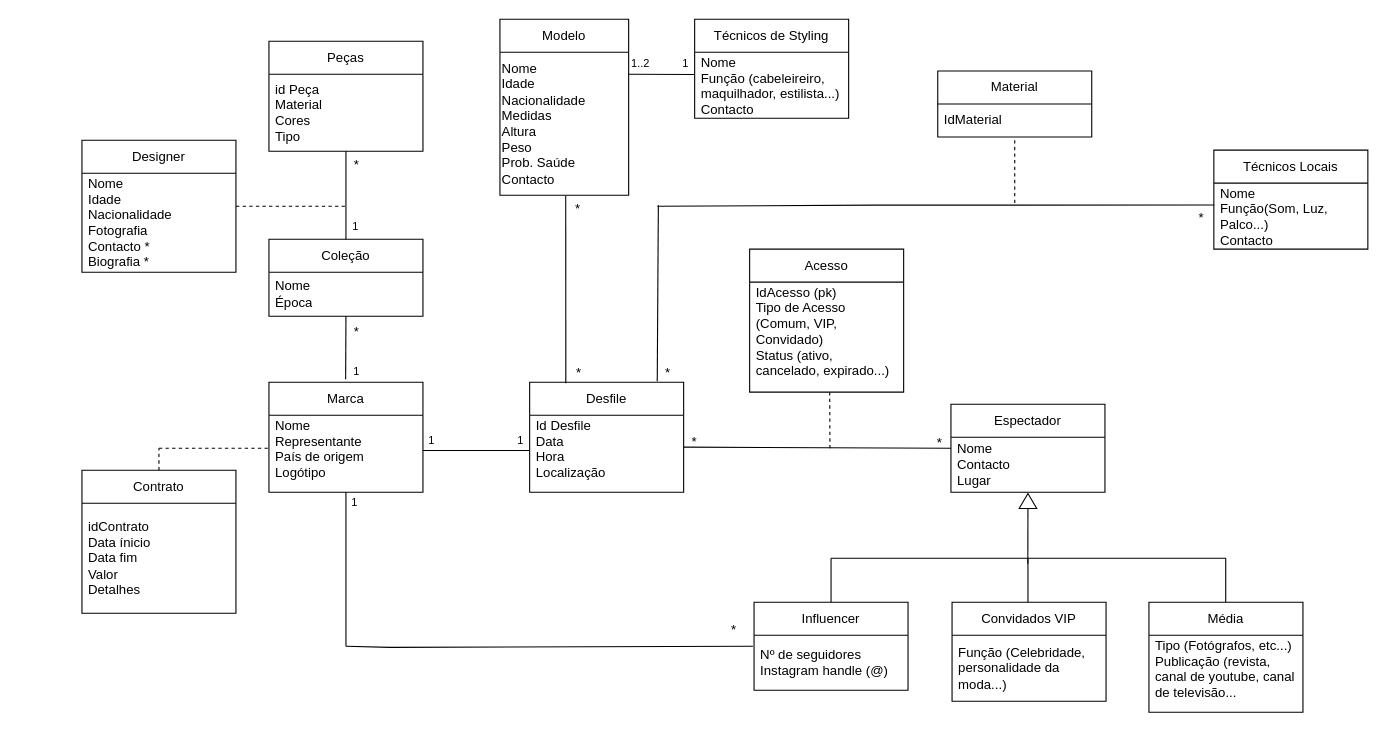
This is uml_database.drawio from le0nor/BD2425-707, a draw.io file, before an edit. Source tidied: cells renumbered, new cells numbered last; positions are measured from the earlier drawing's top-left corner, leaving out a move shared by most shapes. Both pictures are drawn from the tidied source at 110%, with x=0, y=0 at pixel (81, 19).
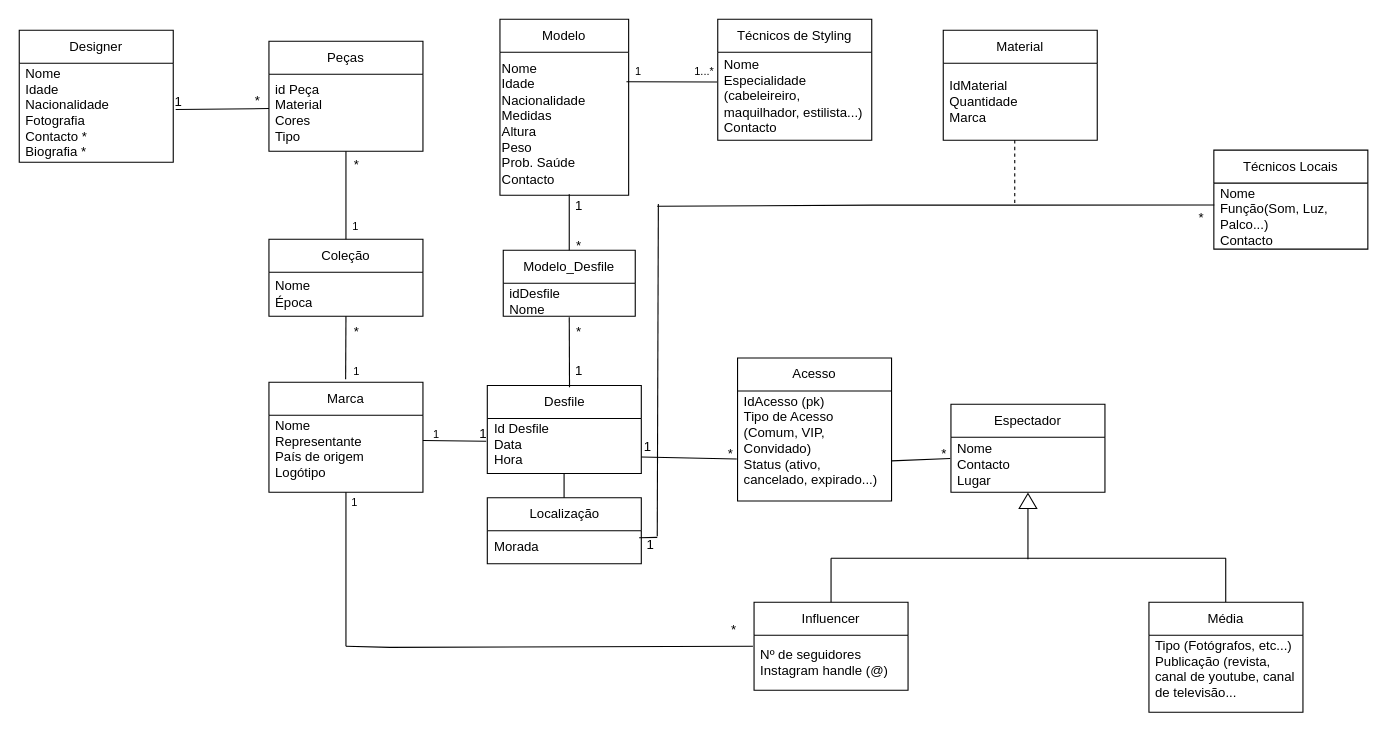
The same diagram, later.

The change refers to these unchanged cells:
```xml
<mxCell id="34" value="IdAcesso (pk)&lt;div&gt;Tipo de Acesso (Comum, VIP, Convidado)&lt;/div&gt;&lt;div&gt;Status (ativo, cancelado, expirado...)&lt;/div&gt;&lt;div&gt;&lt;br&gt;&lt;/div&gt;" style="text;strokeColor=none;fillColor=none;align=left;verticalAlign=middle;spacingLeft=4;spacingRight=4;overflow=hidden;points=[[0,0.5],[1,0.5]];portConstraint=eastwest;whiteSpace=wrap;html=1;" parent="33" vertex="1">
  <mxGeometry y="30" width="140" height="100" as="geometry" />
</mxCell>
<mxCell id="46" value="&lt;div style=&quot;&quot;&gt;Nome&lt;div&gt;Idade&amp;nbsp;&lt;/div&gt;&lt;div&gt;Nacionalidade&lt;/div&gt;&lt;div&gt;Medidas&lt;/div&gt;&lt;div&gt;Altura&amp;nbsp;&lt;/div&gt;&lt;div&gt;Peso&lt;/div&gt;&lt;div&gt;Prob. Saúde&lt;/div&gt;&lt;div&gt;Contacto&lt;/div&gt;&lt;/div&gt;" style="text;html=1;align=left;verticalAlign=middle;points=[];strokeColor=none;fillColor=none;" parent="45" vertex="1">
  <mxGeometry y="30" width="117" height="130" as="geometry" />
</mxCell>
<mxCell id="51" value="Nome&lt;div&gt;Contacto&lt;/div&gt;&lt;div&gt;Lugar&lt;/div&gt;" style="text;strokeColor=none;fillColor=none;align=left;verticalAlign=middle;spacingLeft=4;spacingRight=4;overflow=hidden;points=[[0,0.5],[1,0.5]];portConstraint=eastwest;whiteSpace=wrap;html=1;" parent="50" vertex="1">
  <mxGeometry y="30" width="140" height="50" as="geometry" />
</mxCell>
<mxCell id="53" style="triangle;whiteSpace=wrap;html=1;rotation=-90;" parent="1" vertex="1">
  <mxGeometry x="853.2" y="430" width="13.6" height="16" as="geometry" />
</mxCell>
```

The edit, as a diff of the source:
```diff
@@
     <mxCell id="4" value="Desfile" style="swimlane;fontStyle=0;horizontal=1;startSize=30;whiteSpace=wrap;html=1;" parent="1" vertex="1">
-      <mxGeometry x="407" y="330" width="140" height="100" as="geometry" />
+      <mxGeometry x="368.5" y="333" width="140" height="80" as="geometry" />
     </mxCell>
-    <mxCell id="5" value="&lt;div&gt;&lt;span style=&quot;background-color: initial;&quot;&gt;Id Desfile&lt;/span&gt;&lt;br&gt;&lt;/div&gt;Data&amp;nbsp;&lt;div&gt;Hora&lt;/div&gt;&lt;div&gt;Localização&lt;/div&gt;&lt;div&gt;&lt;br&gt;&lt;/div&gt;" style="text;strokeColor=none;fillColor=none;align=left;verticalAlign=middle;spacingLeft=4;spacingRight=4;overflow=hidden;points=[[0,0.5],[1,0.5]];portConstraint=eastwest;whiteSpace=wrap;html=1;" parent="4" vertex="1">
-      <mxGeometry y="30" width="140" height="70" as="geometry" />
+    <mxCell id="5" value="&lt;div&gt;&lt;span style=&quot;background-color: initial;&quot;&gt;Id Desfile&lt;/span&gt;&lt;br&gt;&lt;/div&gt;Data&amp;nbsp;&lt;div&gt;Hora&lt;/div&gt;&lt;div&gt;&lt;br&gt;&lt;/div&gt;" style="text;strokeColor=none;fillColor=none;align=left;verticalAlign=middle;spacingLeft=4;spacingRight=4;overflow=hidden;points=[[0,0.5],[1,0.5]];portConstraint=eastwest;whiteSpace=wrap;html=1;" parent="4" vertex="1">
+      <mxGeometry y="30" width="140" height="50" as="geometry" />
     </mxCell>
@@
     <mxCell id="10" value="Designer" style="swimlane;fontStyle=0;horizontal=1;startSize=30;whiteSpace=wrap;html=1;" parent="1" vertex="1">
-      <mxGeometry y="110" width="140" height="120" as="geometry" />
+      <mxGeometry x="-57" y="10" width="140" height="120" as="geometry" />
     </mxCell>
@@
     <mxCell id="14" value="Técnicos de Styling" style="swimlane;fontStyle=0;horizontal=1;startSize=30;whiteSpace=wrap;html=1;" parent="1" vertex="1">
-      <mxGeometry x="557" width="140" height="90" as="geometry" />
+      <mxGeometry x="578" width="140" height="110" as="geometry" />
     </mxCell>
-    <mxCell id="15" style="endArrow=none;html=1;rounded=0;exitX=1;exitY=0.5;exitDx=0;exitDy=0;entryX=-0.005;entryY=0.338;entryDx=0;entryDy=0;entryPerimeter=0;" parent="14" edge="1" target="16">
-      <mxGeometry relative="1" as="geometry">
-        <mxPoint x="-60" y="50" as="sourcePoint" />
-      </mxGeometry>
-    </mxCell>
-    <mxCell id="16" value="Nome&lt;div&gt;Função (cabeleireiro, maquilhador, estilista...)&lt;/div&gt;&lt;div&gt;Contacto&lt;/div&gt;" style="text;strokeColor=none;fillColor=none;align=left;verticalAlign=middle;spacingLeft=4;spacingRight=4;overflow=hidden;points=[[0,0.5],[1,0.5]];portConstraint=eastwest;whiteSpace=wrap;html=1;" parent="14" vertex="1">
-      <mxGeometry y="30" width="140" height="60" as="geometry" />
+    <mxCell id="16" value="Nome&lt;div&gt;Especialidade (cabeleireiro, maquilhador, estilista...)&lt;/div&gt;&lt;div&gt;Contacto&lt;/div&gt;" style="text;strokeColor=none;fillColor=none;align=left;verticalAlign=middle;spacingLeft=4;spacingRight=4;overflow=hidden;points=[[0,0.5],[1,0.5]];portConstraint=eastwest;whiteSpace=wrap;html=1;" parent="14" vertex="1">
+      <mxGeometry y="30" width="140" height="80" as="geometry" />
     </mxCell>
-    <mxCell id="17" style="endArrow=none;html=1;rounded=0;exitX=1;exitY=0.714;exitDx=0;exitDy=0;exitPerimeter=0;entryX=-0.003;entryY=0.714;entryDx=0;entryDy=0;entryPerimeter=0;" parent="1" edge="1">
-      <mxGeometry relative="1" as="geometry">
-        <mxPoint x="310" y="392" as="sourcePoint" />
-        <mxPoint x="406.6" y="392" as="targetPoint" />
-      </mxGeometry>
+    <mxCell id="17" style="endArrow=none;html=1;rounded=0;exitX=0;exitY=1;exitDx=0;exitDy=0;entryX=-0.007;entryY=0.413;entryDx=0;entryDy=0;entryPerimeter=0;" parent="1" edge="1" source="58" target="5">
+      <mxGeometry relative="1" as="geometry" />
     </mxCell>
@@
-    <mxCell id="23" style="endArrow=none;dashed=1;html=1;rounded=0;" parent="1" edge="1">
-      <mxGeometry relative="1" as="geometry">
-        <mxPoint x="70" y="390" as="sourcePoint" />
-        <mxPoint x="170" y="390" as="targetPoint" />
-        <Array as="points">
-          <mxPoint x="70" y="390" />
-          <mxPoint x="110" y="390" />
-        </Array>
-      </mxGeometry>
-    </mxCell>
-    <mxCell id="24" value="Contrato" style="swimlane;fontStyle=0;horizontal=1;startSize=30;whiteSpace=wrap;html=1;" parent="1" vertex="1">
-      <mxGeometry y="410" width="140" height="130" as="geometry" />
-    </mxCell>
-    <mxCell id="25" value="idContrato&lt;div&gt;Data ínicio&lt;div&gt;Data fim&lt;br&gt;&lt;div&gt;Valor&lt;/div&gt;&lt;div&gt;Detalhes&lt;/div&gt;&lt;/div&gt;&lt;/div&gt;" style="text;strokeColor=none;fillColor=none;align=left;verticalAlign=middle;spacingLeft=4;spacingRight=4;overflow=hidden;whiteSpace=wrap;html=1;" parent="24" vertex="1">
-      <mxGeometry y="30" width="140" height="100" as="geometry" />
-    </mxCell>
-    <mxCell id="26" style="endArrow=none;html=1;rounded=0;" parent="1" edge="1">
-      <mxGeometry relative="1" as="geometry">
-        <mxPoint x="860" y="530" as="sourcePoint" />
-        <mxPoint x="860" y="490" as="targetPoint" />
-      </mxGeometry>
-    </mxCell>
-    <mxCell id="27" value="Convidados VIP" style="swimlane;fontStyle=0;horizontal=1;startSize=30;whiteSpace=wrap;html=1;" parent="1" vertex="1">
-      <mxGeometry x="791" y="530" width="140" height="90" as="geometry" />
-    </mxCell>
-    <mxCell id="28" value="&lt;div&gt;Função (Celebridade, personalidade da moda...&lt;span style=&quot;background-color: initial;&quot;&gt;)&lt;/span&gt;&lt;/div&gt;" style="text;strokeColor=none;fillColor=none;align=left;verticalAlign=middle;spacingLeft=4;spacingRight=4;overflow=hidden;whiteSpace=wrap;html=1;" parent="27" vertex="1">
-      <mxGeometry y="30" width="140" height="60" as="geometry" />
-    </mxCell>
@@
     <mxCell id="33" value="Acesso" style="swimlane;fontStyle=0;horizontal=1;startSize=30;whiteSpace=wrap;html=1;" parent="1" vertex="1">
-      <mxGeometry x="607" y="209" width="140" height="130" as="geometry" />
+      <mxGeometry x="596" y="308" width="140" height="130" as="geometry" />
     </mxCell>
@@
     <mxCell id="35" style="endArrow=none;html=1;rounded=0;" parent="1" edge="1">
       <mxGeometry relative="1" as="geometry">
-        <mxPoint x="523" y="329" as="sourcePoint" />
-        <mxPoint x="524" y="169" as="targetPoint" />
+        <mxPoint x="523" y="470" as="sourcePoint" />
+        <mxPoint x="524" y="168" as="targetPoint" />
       </mxGeometry>
     </mxCell>
@@
     <mxCell id="40" value="Material" style="swimlane;fontStyle=0;horizontal=1;startSize=30;whiteSpace=wrap;html=1;" parent="1" vertex="1">
-      <mxGeometry x="778" y="47" width="140" height="60" as="geometry" />
+      <mxGeometry x="783" y="10" width="140" height="100" as="geometry" />
     </mxCell>
-    <mxCell id="41" value="IdMaterial" style="text;strokeColor=none;fillColor=none;align=left;verticalAlign=middle;spacingLeft=4;spacingRight=4;overflow=hidden;whiteSpace=wrap;html=1;" parent="40" vertex="1">
-      <mxGeometry y="30" width="140" height="30" as="geometry" />
+    <mxCell id="41" value="IdMaterial&lt;div&gt;Quantidade&lt;/div&gt;&lt;div&gt;Marca&lt;/div&gt;" style="text;strokeColor=none;fillColor=none;align=left;verticalAlign=middle;spacingLeft=4;spacingRight=4;overflow=hidden;whiteSpace=wrap;html=1;" parent="40" vertex="1">
+      <mxGeometry y="30" width="140" height="70" as="geometry" />
     </mxCell>
-    <mxCell id="42" style="endArrow=none;html=1;rounded=0;exitX=1;exitY=0.5;exitDx=0;exitDy=0;" parent="1" edge="1">
-      <mxGeometry relative="1" as="geometry">
-        <mxPoint x="547" y="389" as="sourcePoint" />
-        <mxPoint x="790" y="390" as="targetPoint" />
-      </mxGeometry>
-    </mxCell>
-    <mxCell id="43" style="endArrow=none;dashed=1;html=1;rounded=0;" parent="1" edge="1">
-      <mxGeometry relative="1" as="geometry">
-        <mxPoint x="70" y="410" as="sourcePoint" />
-        <mxPoint x="70" y="390" as="targetPoint" />
-      </mxGeometry>
-    </mxCell>
-    <mxCell id="44" style="endArrow=none;html=1;rounded=0;entryX=0.511;entryY=1.005;entryDx=0;entryDy=0;entryPerimeter=0;exitX=0.235;exitY=0.008;exitDx=0;exitDy=0;exitPerimeter=0;" parent="1" edge="1" source="4" target="46">
-      <mxGeometry relative="1" as="geometry" />
-    </mxCell>
@@
-    <mxCell id="48" style="endArrow=none;dashed=1;html=1;rounded=0;exitX=1.001;exitY=0.444;exitDx=0;exitDy=0;exitPerimeter=0;" parent="1" edge="1">
-      <mxGeometry relative="1" as="geometry">
-        <mxPoint x="140.1" y="170" as="sourcePoint" />
-        <mxPoint x="240" y="170" as="targetPoint" />
-      </mxGeometry>
-    </mxCell>
-    <mxCell id="49" style="endArrow=none;dashed=1;html=1;rounded=0;entryX=0.52;entryY=1.003;entryDx=0;entryDy=0;entryPerimeter=0;" parent="1" edge="1" target="34">
-      <mxGeometry relative="1" as="geometry">
-        <mxPoint x="680" y="390" as="sourcePoint" />
-      </mxGeometry>
-    </mxCell>
@@
     <mxCell id="52" style="endArrow=none;html=1;rounded=0;" parent="1" edge="1" target="53">
       <mxGeometry relative="1" as="geometry">
-        <mxPoint x="859.9" y="495" as="sourcePoint" />
+        <mxPoint x="860" y="491" as="sourcePoint" />
       </mxGeometry>
     </mxCell>
@@
     <mxCell id="54" value="*" style="text;html=1;align=center;verticalAlign=middle;whiteSpace=wrap;rounded=0;" parent="1" vertex="1">
-      <mxGeometry x="527" y="369" width="60" height="30" as="geometry" />
+      <mxGeometry x="560" y="393.5" width="60" height="2" as="geometry" />
     </mxCell>
     <mxCell id="55" value="*" style="text;html=1;align=center;verticalAlign=middle;whiteSpace=wrap;rounded=0;" parent="1" vertex="1">
-      <mxGeometry x="750" y="370" width="60" height="30" as="geometry" />
+      <mxGeometry x="754" y="390" width="60" height="10" as="geometry" />
     </mxCell>
@@
     <mxCell id="58" value="&lt;font style=&quot;font-size: 10px;&quot;&gt;1&lt;/font&gt;" style="text;html=1;align=center;verticalAlign=middle;whiteSpace=wrap;rounded=0;" parent="1" vertex="1">
-      <mxGeometry x="288" y="368" width="60" height="30" as="geometry" />
+      <mxGeometry x="310" y="370" width="25" height="13" as="geometry" />
     </mxCell>
-    <mxCell id="59" value="&lt;font style=&quot;font-size: 10px;&quot;&gt;1&lt;/font&gt;" style="text;html=1;align=center;verticalAlign=middle;whiteSpace=wrap;rounded=0;" parent="1" vertex="1">
-      <mxGeometry x="369" y="368" width="60" height="30" as="geometry" />
-    </mxCell>
@@
     <mxCell id="64" value="*" style="text;html=1;align=center;verticalAlign=middle;whiteSpace=wrap;rounded=0;" parent="1" vertex="1">
-      <mxGeometry x="421" y="158" width="60" height="30" as="geometry" />
+      <mxGeometry x="422" y="191" width="60" height="30" as="geometry" />
     </mxCell>
     <mxCell id="65" value="*" style="text;html=1;align=center;verticalAlign=middle;whiteSpace=wrap;rounded=0;" parent="1" vertex="1">
-      <mxGeometry x="422" y="307" width="60" height="30" as="geometry" />
+      <mxGeometry x="422" y="269" width="60" height="30" as="geometry" />
     </mxCell>
-    <mxCell id="66" value="&lt;font style=&quot;font-size: 10px;&quot;&gt;1&lt;/font&gt;" style="text;html=1;align=center;verticalAlign=middle;whiteSpace=wrap;rounded=0;" parent="1" vertex="1">
-      <mxGeometry x="519" y="25" width="60" height="30" as="geometry" />
+    <mxCell id="66" value="&lt;span style=&quot;font-size: 10px;&quot;&gt;1...*&lt;/span&gt;" style="text;html=1;align=center;verticalAlign=middle;whiteSpace=wrap;rounded=0;" parent="1" vertex="1">
+      <mxGeometry x="536" y="32" width="60" height="30" as="geometry" />
     </mxCell>
-    <mxCell id="67" value="&lt;font style=&quot;font-size: 10px;&quot;&gt;1..2&lt;/font&gt;" style="text;html=1;align=center;verticalAlign=middle;whiteSpace=wrap;rounded=0;" parent="1" vertex="1">
-      <mxGeometry x="478" y="25" width="60" height="30" as="geometry" />
+    <mxCell id="67" value="&lt;font style=&quot;font-size: 10px;&quot;&gt;1&lt;/font&gt;" style="text;html=1;align=center;verticalAlign=middle;whiteSpace=wrap;rounded=0;" parent="1" vertex="1">
+      <mxGeometry x="476" y="32" width="60" height="30" as="geometry" />
     </mxCell>
-    <mxCell id="68" value="*" style="text;html=1;align=center;verticalAlign=middle;whiteSpace=wrap;rounded=0;" parent="1" vertex="1">
-      <mxGeometry x="503" y="307" width="60" height="30" as="geometry" />
+    <mxCell id="68" value="1" style="text;html=1;align=center;verticalAlign=middle;whiteSpace=wrap;rounded=0;" parent="1" vertex="1">
+      <mxGeometry x="508.5" y="471" width="16" height="14" as="geometry" />
     </mxCell>
@@
+    <mxCell id="15" style="endArrow=none;html=1;rounded=0;exitX=0.983;exitY=0.206;exitDx=0;exitDy=0;entryX=-0.005;entryY=0.338;entryDx=0;entryDy=0;entryPerimeter=0;exitPerimeter=0;" parent="1" edge="1" source="46" target="16">
+      <mxGeometry relative="1" as="geometry" />
+    </mxCell>
+    <mxCell id="70" value="Modelo_Desfile" style="swimlane;fontStyle=0;horizontal=1;startSize=30;whiteSpace=wrap;html=1;" parent="1" vertex="1">
+      <mxGeometry x="383" y="210" width="120" height="60" as="geometry" />
+    </mxCell>
+    <mxCell id="71" value="idDesfile&lt;div&gt;Nome&amp;nbsp;&lt;/div&gt;" style="text;strokeColor=none;fillColor=none;align=left;verticalAlign=middle;spacingLeft=4;spacingRight=4;overflow=hidden;whiteSpace=wrap;html=1;" parent="70" vertex="1">
+      <mxGeometry y="30" width="120" height="30" as="geometry" />
+    </mxCell>
+    <mxCell id="72" style="endArrow=none;html=1;rounded=0;exitX=0.5;exitY=0;exitDx=0;exitDy=0;" parent="1" edge="1" source="70">
+      <mxGeometry relative="1" as="geometry">
+        <mxPoint x="443" y="159" as="targetPoint" />
+      </mxGeometry>
+    </mxCell>
+    <mxCell id="73" value="1" style="text;html=1;align=center;verticalAlign=middle;whiteSpace=wrap;rounded=0;" parent="1" vertex="1">
+      <mxGeometry x="422" y="155" width="60" height="30" as="geometry" />
+    </mxCell>
+    <mxCell id="74" style="endArrow=none;html=1;rounded=0;exitX=0.354;exitY=0.987;exitDx=0;exitDy=0;exitPerimeter=0;" parent="1" edge="1" source="75">
+      <mxGeometry relative="1" as="geometry">
+        <mxPoint x="443" y="271" as="targetPoint" />
+      </mxGeometry>
+    </mxCell>
+    <mxCell id="75" value="1" style="text;html=1;align=center;verticalAlign=middle;whiteSpace=wrap;rounded=0;" parent="1" vertex="1">
+      <mxGeometry x="422" y="305" width="60" height="30" as="geometry" />
+    </mxCell>
+    <mxCell id="76" style="endArrow=none;html=1;rounded=0;entryX=-0.016;entryY=0.417;entryDx=0;entryDy=0;entryPerimeter=0;" parent="1" edge="1">
+      <mxGeometry relative="1" as="geometry">
+        <mxPoint x="85.2" y="82" as="sourcePoint" />
+        <mxPoint x="170" y="81.2" as="targetPoint" />
+      </mxGeometry>
+    </mxCell>
+    <mxCell id="77" value="*" style="text;html=1;align=center;verticalAlign=middle;whiteSpace=wrap;rounded=0;" parent="1" vertex="1">
+      <mxGeometry x="150" y="70" width="20" height="8" as="geometry" />
+    </mxCell>
+    <mxCell id="78" value="1" style="text;html=1;align=center;verticalAlign=middle;whiteSpace=wrap;rounded=0;" parent="1" vertex="1">
+      <mxGeometry x="73" y="70" width="30" height="10" as="geometry" />
+    </mxCell>
+    <mxCell id="79" value="1" style="text;html=1;align=center;verticalAlign=middle;whiteSpace=wrap;rounded=0;" parent="1" vertex="1">
+      <mxGeometry x="350" y="373.5" width="30" height="6" as="geometry" />
+    </mxCell>
+    <mxCell id="80" style="endArrow=none;html=1;rounded=0;" parent="1" edge="1">
+      <mxGeometry relative="1" as="geometry">
+        <mxPoint x="438.3" y="441" as="sourcePoint" />
+        <mxPoint x="438.3" y="413" as="targetPoint" />
+      </mxGeometry>
+    </mxCell>
+    <mxCell id="81" value="Localização" style="swimlane;fontStyle=0;horizontal=1;startSize=30;whiteSpace=wrap;html=1;" parent="1" vertex="1">
+      <mxGeometry x="368.5" y="435" width="140" height="60" as="geometry" />
+    </mxCell>
+    <mxCell id="82" value="Morada" style="text;strokeColor=none;fillColor=none;align=left;verticalAlign=middle;spacingLeft=4;spacingRight=4;overflow=hidden;points=[[0,0.5],[1,0.5]];portConstraint=eastwest;whiteSpace=wrap;html=1;" parent="81" vertex="1">
+      <mxGeometry y="30" width="140" height="30" as="geometry" />
+    </mxCell>
+    <mxCell id="83" style="endArrow=none;html=1;rounded=0;exitX=0.986;exitY=0.212;exitDx=0;exitDy=0;exitPerimeter=0;" parent="1" edge="1" source="82">
+      <mxGeometry relative="1" as="geometry">
+        <mxPoint x="523" y="471" as="targetPoint" />
+      </mxGeometry>
+    </mxCell>
+    <mxCell id="84" style="endArrow=none;html=1;rounded=0;entryX=-0.005;entryY=0.618;entryDx=0;entryDy=0;entryPerimeter=0;" parent="1" edge="1" target="34">
+      <mxGeometry relative="1" as="geometry">
+        <mxPoint x="508.5" y="398" as="sourcePoint" />
+      </mxGeometry>
+    </mxCell>
+    <mxCell id="85" style="endArrow=none;html=1;rounded=0;entryX=-0.005;entryY=0.387;entryDx=0;entryDy=0;entryPerimeter=0;" parent="1" edge="1" target="51">
+      <mxGeometry relative="1" as="geometry">
+        <mxPoint x="736" y="401.5" as="sourcePoint" />
+      </mxGeometry>
+    </mxCell>
+    <mxCell id="86" value="1" style="text;html=1;align=center;verticalAlign=middle;whiteSpace=wrap;rounded=0;" parent="1" vertex="1">
+      <mxGeometry x="506" y="379" width="17" height="20" as="geometry" />
+    </mxCell>
```
